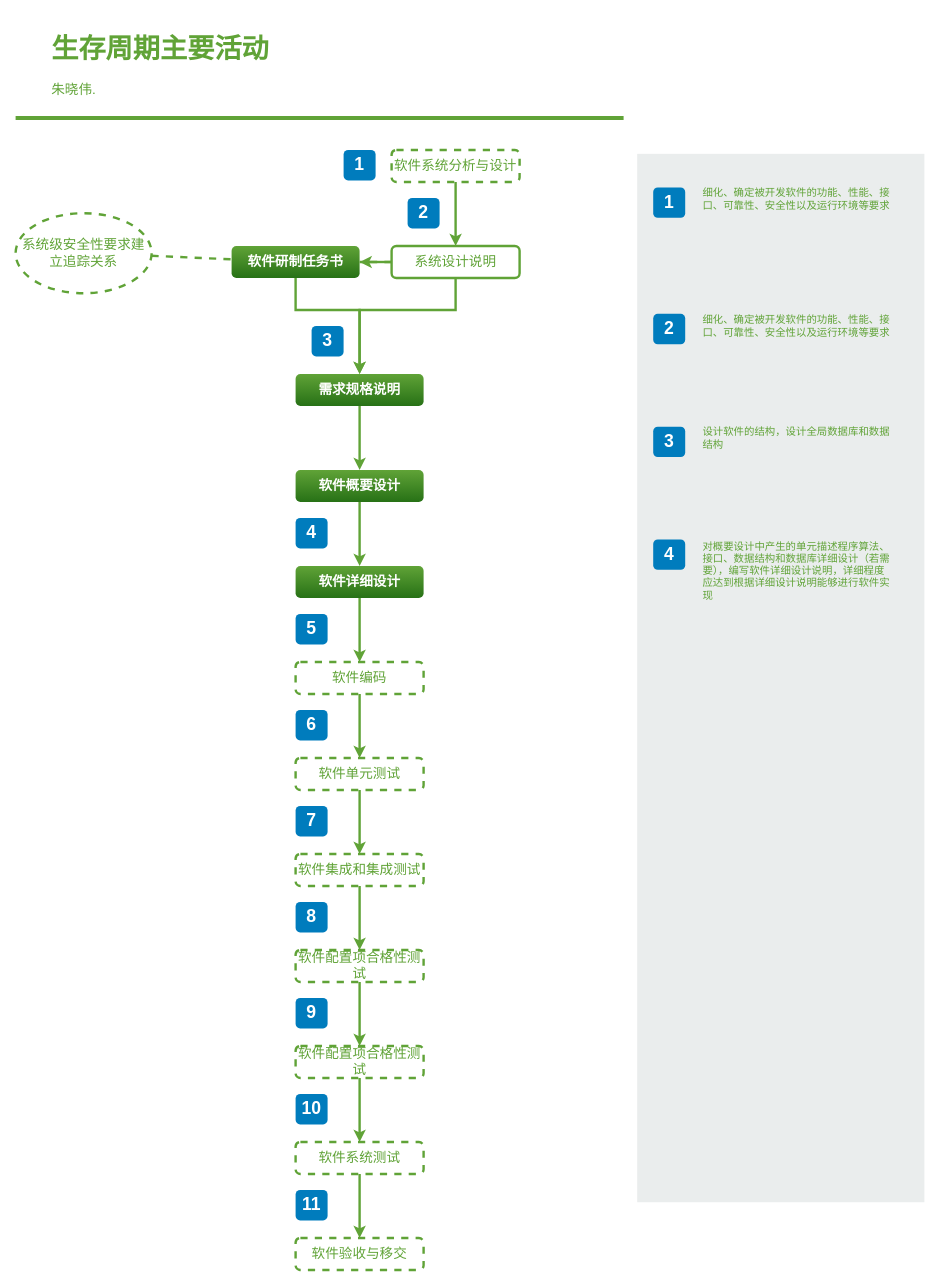
This is 19008主要文档间关联关系.drawio from ColonelDarcy2018/excelsior, a draw.io file, before an edit. Source tidied: cells renumbered, new cells numbered last; positions are measured from the earlier drawing's top-left corner, leaving out a move shared by most shapes. Both pictures are drawn from the tidied source at 80%, with x=0, y=0 at pixel (15, 22).
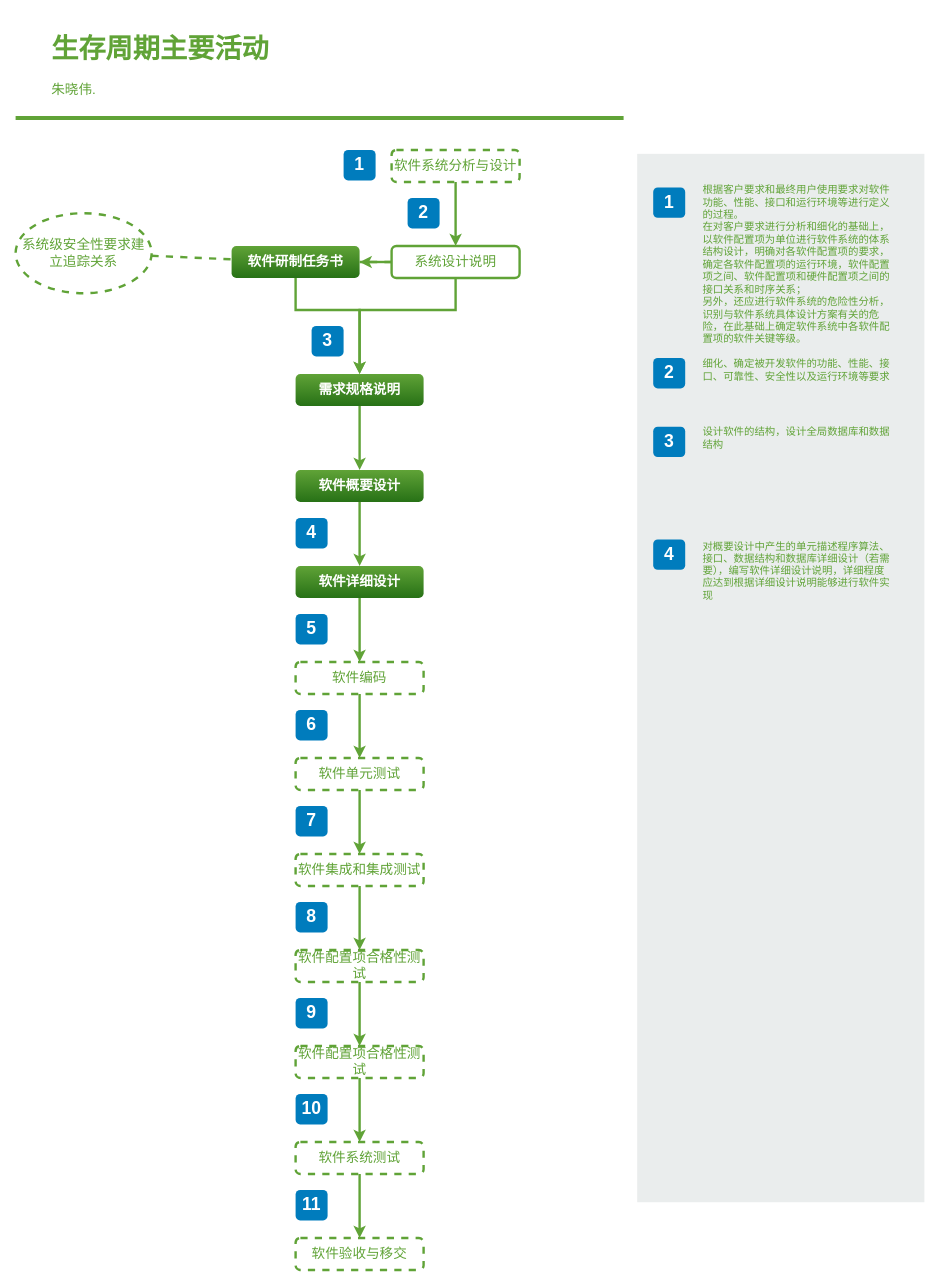
The same page after the edit.

Commit message:
Update 19008主要文档间关联关系.drawio

The edit, as a diff of the source:
```diff
@@
     <mxCell id="35" value="2" style="rounded=1;whiteSpace=wrap;html=1;fillColor=#007CBD;strokeColor=none;fontColor=#FFFFFF;fontStyle=1;fontSize=22;" parent="1" vertex="1">
-      <mxGeometry x="797" y="364.8" width="40" height="38" as="geometry" />
+      <mxGeometry x="797" y="420" width="40" height="38" as="geometry" />
     </mxCell>
-    <mxCell id="36" value="细化、确定被开发软件的功能、性能、接口、可靠性、安全性以及运行环境等要求" style="text;html=1;strokeColor=none;fillColor=none;align=left;verticalAlign=middle;whiteSpace=wrap;rounded=0;fontSize=13;fontColor=#60A337;" parent="1" vertex="1">
-      <mxGeometry x="857" y="206.8" width="240" height="28" as="geometry" />
+    <mxCell id="36" value="根据客户要求和最终用户使用要求对软件功能、性能、接口和运行环境等进行定义的过程。&lt;br&gt;在对客户要求进行分析和细化的基础上，以软件配置项为单位进行软件系统的体系结构设计，明确对各软件配置项的要求，确定各软件配置项的运行环境，软件配置项之间、软件配置项和硬件配置项之间的接口关系和时序关系；&lt;br&gt;另外，还应进行软件系统的危险性分析，识别与软件系统具体设计方案有关的危险，在此基础上确定软件系统中各软件配置项的软件关键等级。" style="text;html=1;strokeColor=none;fillColor=none;align=left;verticalAlign=middle;whiteSpace=wrap;rounded=0;fontSize=13;fontColor=#60A337;" parent="1" vertex="1">
+      <mxGeometry x="857" y="206.8" width="240" height="193.2" as="geometry" />
     </mxCell>
@@
     <mxCell id="38" value="细化、确定被开发软件的功能、性能、接口、可靠性、安全性以及运行环境等要求" style="text;html=1;strokeColor=none;fillColor=none;align=left;verticalAlign=middle;whiteSpace=wrap;rounded=0;fontSize=13;fontColor=#60A337;" parent="1" vertex="1">
-      <mxGeometry x="857" y="364.8" width="240" height="30" as="geometry" />
+      <mxGeometry x="857" y="420" width="240" height="30" as="geometry" />
     </mxCell>
```
